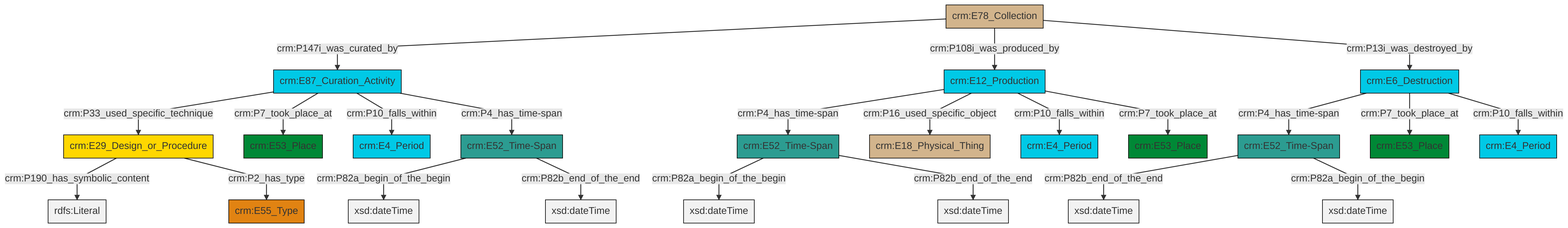
Above: et/archivalCSV/ttl/mmd/png/archival_existence.png in swiss-art-research-net/docs.swissartresearch (Mermaid), before the change. Its source is kept beside it as et/archivalCSV/ttl/mmd/archival_existence.ttl.mmd.
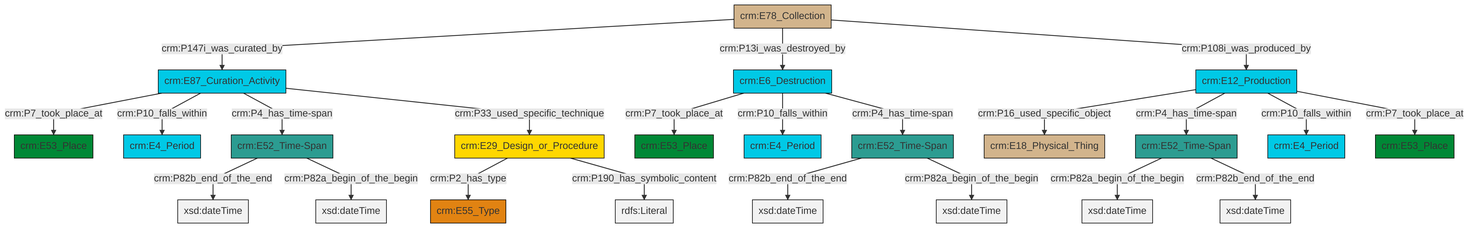
The same file after the commit.

Change to the diagram source:
```diff
@@ -13,25 +13,25 @@
 classDef PC_Classes fill:#4ce600, stroke:#000000;
 classDef Multi fill:#cccccc,stroke:#000000;
 
-4["crm:E29_Design_or_Procedure"]:::Conceptual_Object -->|crm:P190_has_symbolic_content| 5[rdfs:Literal]:::Literal
-6["crm:E87_Curation_Activity"]:::Temporal_Entity -->|crm:P33_used_specific_technique| 4["crm:E29_Design_or_Procedure"]:::Conceptual_Object
-14["crm:E12_Production"]:::Temporal_Entity -->|crm:P4_has_time-span| 15["crm:E52_Time-Span"]:::Time-Span
-16["crm:E6_Destruction"]:::Temporal_Entity -->|crm:P4_has_time-span| 12["crm:E52_Time-Span"]:::Time-Span
-15["crm:E52_Time-Span"]:::Time-Span -->|crm:P82a_begin_of_the_begin| 17[xsd:dateTime]:::Literal
-14["crm:E12_Production"]:::Temporal_Entity -->|crm:P16_used_specific_object| 18["crm:E18_Physical_Thing"]:::Physical_Thing
-6["crm:E87_Curation_Activity"]:::Temporal_Entity -->|crm:P7_took_place_at| 0["crm:E53_Place"]:::Place
-8["crm:E52_Time-Span"]:::Time-Span -->|crm:P82a_begin_of_the_begin| 19[xsd:dateTime]:::Literal
-8["crm:E52_Time-Span"]:::Time-Span -->|crm:P82b_end_of_the_end| 20[xsd:dateTime]:::Literal
-16["crm:E6_Destruction"]:::Temporal_Entity -->|crm:P7_took_place_at| 10["crm:E53_Place"]:::Place
-12["crm:E52_Time-Span"]:::Time-Span -->|crm:P82b_end_of_the_end| 24[xsd:dateTime]:::Literal
-16["crm:E6_Destruction"]:::Temporal_Entity -->|crm:P10_falls_within| 25["crm:E4_Period"]:::Temporal_Entity
-21["crm:E78_Collection"]:::Physical_Thing -->|crm:P147i_was_curated_by| 6["crm:E87_Curation_Activity"]:::Temporal_Entity
-6["crm:E87_Curation_Activity"]:::Temporal_Entity -->|crm:P10_falls_within| 28["crm:E4_Period"]:::Temporal_Entity
-21["crm:E78_Collection"]:::Physical_Thing -->|crm:P108i_was_produced_by| 14["crm:E12_Production"]:::Temporal_Entity
-6["crm:E87_Curation_Activity"]:::Temporal_Entity -->|crm:P4_has_time-span| 8["crm:E52_Time-Span"]:::Time-Span
-14["crm:E12_Production"]:::Temporal_Entity -->|crm:P10_falls_within| 29["crm:E4_Period"]:::Temporal_Entity
-4["crm:E29_Design_or_Procedure"]:::Conceptual_Object -->|crm:P2_has_type| 30["crm:E55_Type"]:::Type
-21["crm:E78_Collection"]:::Physical_Thing -->|crm:P13i_was_destroyed_by| 16["crm:E6_Destruction"]:::Temporal_Entity
-15["crm:E52_Time-Span"]:::Time-Span -->|crm:P82b_end_of_the_end| 35[xsd:dateTime]:::Literal
-14["crm:E12_Production"]:::Temporal_Entity -->|crm:P7_took_place_at| 2["crm:E53_Place"]:::Place
-12["crm:E52_Time-Span"]:::Time-Span -->|crm:P82a_begin_of_the_begin| 37[xsd:dateTime]:::Literal
+0["crm:E87_Curation_Activity"]:::Temporal_Entity -->|crm:P7_took_place_at| 1["crm:E53_Place"]:::Place
+3["crm:E52_Time-Span"]:::Time-Span -->|crm:P82a_begin_of_the_begin| 4[xsd:dateTime]:::Literal
+5["crm:E78_Collection"]:::Physical_Thing -->|crm:P147i_was_curated_by| 0["crm:E87_Curation_Activity"]:::Temporal_Entity
+6["crm:E6_Destruction"]:::Temporal_Entity -->|crm:P7_took_place_at| 7["crm:E53_Place"]:::Place
+11["crm:E52_Time-Span"]:::Time-Span -->|crm:P82b_end_of_the_end| 12[xsd:dateTime]:::Literal
+5["crm:E78_Collection"]:::Physical_Thing -->|crm:P13i_was_destroyed_by| 6["crm:E6_Destruction"]:::Temporal_Entity
+13["crm:E52_Time-Span"]:::Time-Span -->|crm:P82b_end_of_the_end| 14[xsd:dateTime]:::Literal
+18["crm:E12_Production"]:::Temporal_Entity -->|crm:P16_used_specific_object| 9["crm:E18_Physical_Thing"]:::Physical_Thing
+13["crm:E52_Time-Span"]:::Time-Span -->|crm:P82a_begin_of_the_begin| 19[xsd:dateTime]:::Literal
+18["crm:E12_Production"]:::Temporal_Entity -->|crm:P4_has_time-span| 3["crm:E52_Time-Span"]:::Time-Span
+21["crm:E29_Design_or_Procedure"]:::Conceptual_Object -->|crm:P2_has_type| 22["crm:E55_Type"]:::Type
+0["crm:E87_Curation_Activity"]:::Temporal_Entity -->|crm:P10_falls_within| 16["crm:E4_Period"]:::Temporal_Entity
+0["crm:E87_Curation_Activity"]:::Temporal_Entity -->|crm:P4_has_time-span| 13["crm:E52_Time-Span"]:::Time-Span
+18["crm:E12_Production"]:::Temporal_Entity -->|crm:P10_falls_within| 26["crm:E4_Period"]:::Temporal_Entity
+5["crm:E78_Collection"]:::Physical_Thing -->|crm:P108i_was_produced_by| 18["crm:E12_Production"]:::Temporal_Entity
+21["crm:E29_Design_or_Procedure"]:::Conceptual_Object -->|crm:P190_has_symbolic_content| 28[rdfs:Literal]:::Literal
+6["crm:E6_Destruction"]:::Temporal_Entity -->|crm:P10_falls_within| 30["crm:E4_Period"]:::Temporal_Entity
+6["crm:E6_Destruction"]:::Temporal_Entity -->|crm:P4_has_time-span| 11["crm:E52_Time-Span"]:::Time-Span
+18["crm:E12_Production"]:::Temporal_Entity -->|crm:P7_took_place_at| 33["crm:E53_Place"]:::Place
+0["crm:E87_Curation_Activity"]:::Temporal_Entity -->|crm:P33_used_specific_technique| 21["crm:E29_Design_or_Procedure"]:::Conceptual_Object
+3["crm:E52_Time-Span"]:::Time-Span -->|crm:P82b_end_of_the_end| 34[xsd:dateTime]:::Literal
+11["crm:E52_Time-Span"]:::Time-Span -->|crm:P82a_begin_of_the_begin| 38[xsd:dateTime]:::Literal
```
